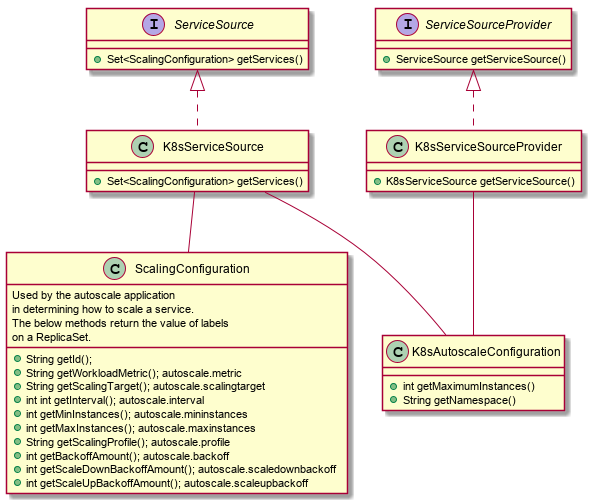
Earlier version of the PlantUML export autoscale-source-kubernetes/diagrams/Source.png (Autoscaler/autoscaler). Source of this version:
```plantuml
@startuml

interface ServiceSource {
    + Set<ScalingConfiguration> getServices()
}

interface ServiceSourceProvider {
     + ServiceSource getServiceSource()
}

class K8sServiceSourceProvider {
    + K8sServiceSource getServiceSource()
}
class K8sServiceSource {
    +  Set<ScalingConfiguration> getServices()
}

class ScalingConfiguration {
    Used by the autoscale application
    in determining how to scale a service.
    The below methods return the value of labels
    on a ReplicaSet.
    + String getId();
    + String getWorkloadMetric(); autoscale.metric
    + String getScalingTarget(); autoscale.scalingtarget
    + int int getInterval(); autoscale.interval
    + int getMinInstances(); autoscale.mininstances
    + int getMaxInstances(); autoscale.maxinstances
    + String getScalingProfile(); autoscale.profile
    + int getBackoffAmount(); autoscale.backoff
    + int getScaleDownBackoffAmount(); autoscale.scaledownbackoff
    + int getScaleUpBackoffAmount(); autoscale.scaleupbackoff
}

class K8sAutoscaleConfiguration {
 + int getMaximumInstances()
 + String getNamespace()
}

K8sServiceSource -- ScalingConfiguration
K8sServiceSource -- K8sAutoscaleConfiguration
K8sServiceSourceProvider -- K8sAutoscaleConfiguration
ServiceSource <|.. K8sServiceSource
ServiceSourceProvider <|.. K8sServiceSourceProvider

@enduml
```
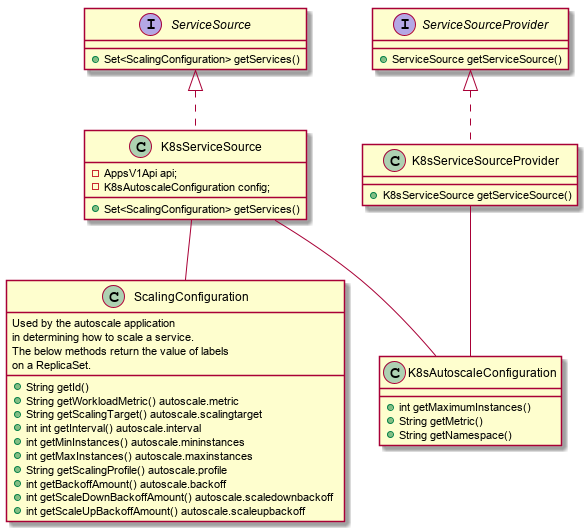
Later version of the same file.

Diff of the diagram source:
```diff
@@ -12,6 +12,8 @@
     + K8sServiceSource getServiceSource()
 }
 class K8sServiceSource {
+    - AppsV1Api api;
+    - K8sAutoscaleConfiguration config;
     +  Set<ScalingConfiguration> getServices()
 }
 
@@ -20,20 +22,21 @@
     in determining how to scale a service.
     The below methods return the value of labels
     on a ReplicaSet.
-    + String getId();
-    + String getWorkloadMetric(); autoscale.metric
-    + String getScalingTarget(); autoscale.scalingtarget
-    + int int getInterval(); autoscale.interval
-    + int getMinInstances(); autoscale.mininstances
-    + int getMaxInstances(); autoscale.maxinstances
-    + String getScalingProfile(); autoscale.profile
-    + int getBackoffAmount(); autoscale.backoff
-    + int getScaleDownBackoffAmount(); autoscale.scaledownbackoff
-    + int getScaleUpBackoffAmount(); autoscale.scaleupbackoff
+    + String getId()
+    + String getWorkloadMetric() autoscale.metric
+    + String getScalingTarget() autoscale.scalingtarget
+    + int int getInterval() autoscale.interval
+    + int getMinInstances() autoscale.mininstances
+    + int getMaxInstances() autoscale.maxinstances
+    + String getScalingProfile() autoscale.profile
+    + int getBackoffAmount() autoscale.backoff
+    + int getScaleDownBackoffAmount() autoscale.scaledownbackoff
+    + int getScaleUpBackoffAmount() autoscale.scaleupbackoff
 }
 
 class K8sAutoscaleConfiguration {
  + int getMaximumInstances()
+  + String getMetric()
  + String getNamespace()
 }
 
```
